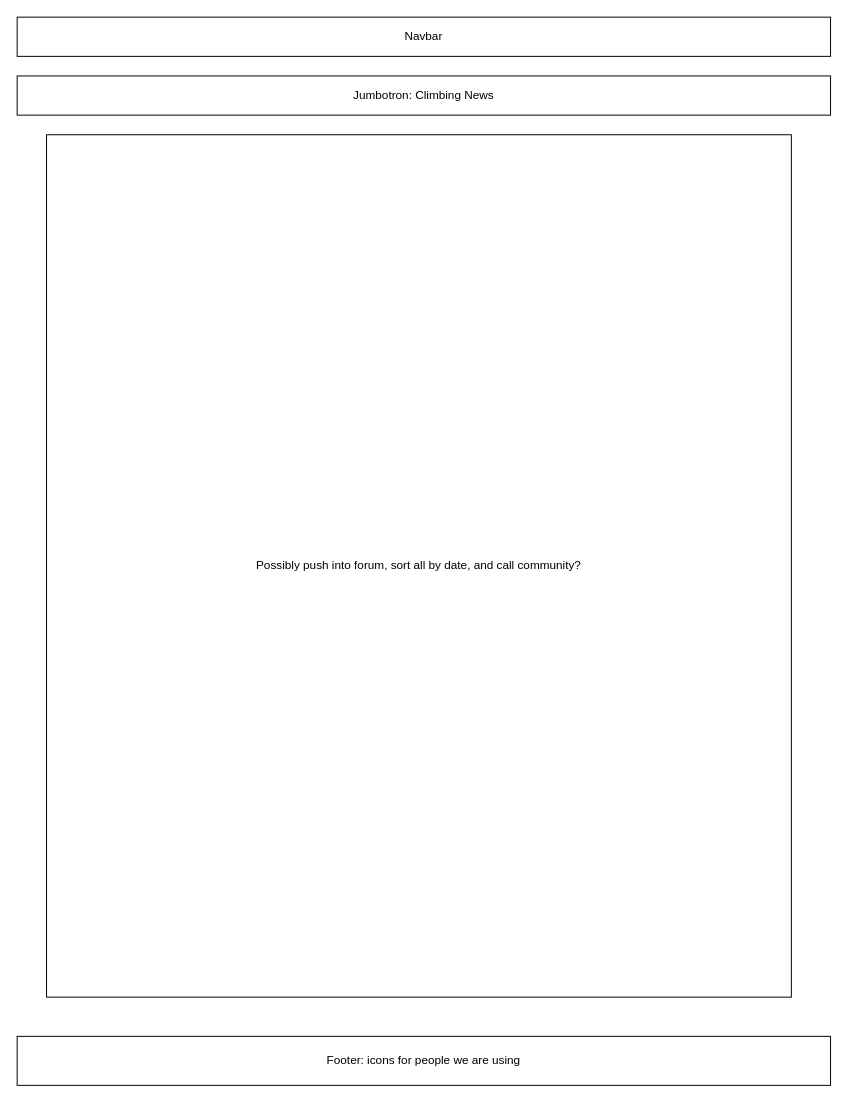
Before: page "ClimbingNews" (5 of 11) of Untitled Diagram.drawio in the-master-chefs/rockclimbingapp, a draw.io diagram. Source tidied: cells renumbered, new cells numbered last; positions are measured from the earlier drawing's top-left corner, leaving out a move shared by most shapes. Both pictures are drawn from the tidied source at 98%, with x=0, y=0 at pixel (17, 17).
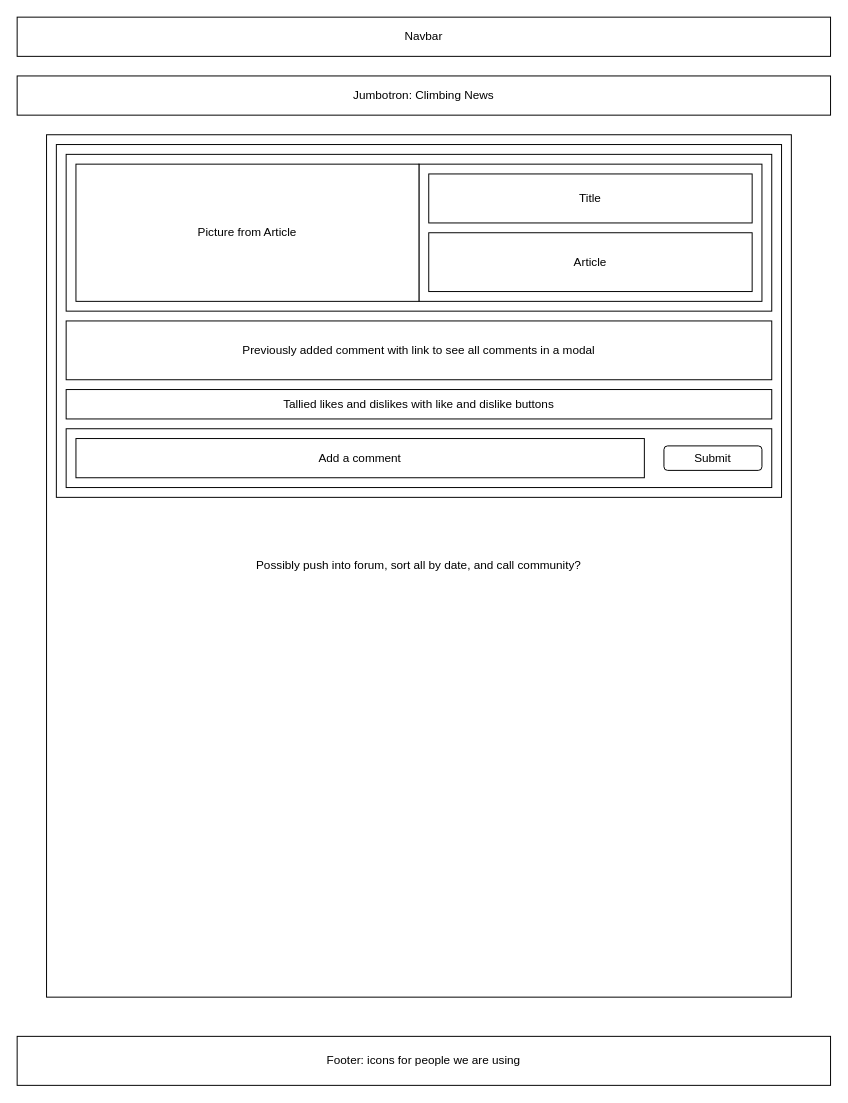
The same diagram, later.

Change to the diagram source:
```diff
@@
 <mxGraphModel>
   <root>
     <mxCell id="0" />
     <mxCell id="1" parent="0" />
     <mxCell id="2" value="&lt;span style=&quot;white-space: normal&quot;&gt;Navbar&lt;/span&gt;" style="rounded=0;whiteSpace=wrap;html=1;" parent="1" vertex="1">
       <mxGeometry width="830" height="40" as="geometry" />
     </mxCell>
     <mxCell id="3" value="&lt;span style=&quot;white-space: normal&quot;&gt;Jumbotron: Climbing News&lt;/span&gt;" style="rounded=0;whiteSpace=wrap;html=1;" parent="1" vertex="1">
       <mxGeometry y="60" width="830" height="40" as="geometry" />
     </mxCell>
     <mxCell id="4" value="Footer: icons for people we are using" style="rounded=0;whiteSpace=wrap;html=1;" parent="1" vertex="1">
       <mxGeometry y="1040" width="830" height="50" as="geometry" />
     </mxCell>
     <mxCell id="5" value="Possibly push into forum, sort all by date, and call community?" style="rounded=0;whiteSpace=wrap;html=1;" parent="1" vertex="1">
       <mxGeometry x="30" y="120" width="760" height="880" as="geometry" />
     </mxCell>
+    <mxCell id="6" style="rounded=0;whiteSpace=wrap;html=1;" parent="1" vertex="1">
+      <mxGeometry x="40" y="130" width="740" height="360" as="geometry" />
+    </mxCell>
+    <mxCell id="7" style="rounded=0;whiteSpace=wrap;html=1;" parent="1" vertex="1">
+      <mxGeometry x="50" y="420" width="720" height="60" as="geometry" />
+    </mxCell>
+    <mxCell id="8" value="Add a comment" style="rounded=0;whiteSpace=wrap;html=1;" parent="1" vertex="1">
+      <mxGeometry x="60" y="430" width="580" height="40" as="geometry" />
+    </mxCell>
+    <mxCell id="9" value="Submit" style="rounded=1;whiteSpace=wrap;html=1;" parent="1" vertex="1">
+      <mxGeometry x="660" y="437.5" width="100" height="25" as="geometry" />
+    </mxCell>
+    <mxCell id="10" style="rounded=0;whiteSpace=wrap;html=1;" parent="1" vertex="1">
+      <mxGeometry x="50" y="140" width="720" height="160" as="geometry" />
+    </mxCell>
+    <mxCell id="11" style="rounded=0;whiteSpace=wrap;html=1;" parent="1" vertex="1">
+      <mxGeometry x="410" y="150" width="350" height="140" as="geometry" />
+    </mxCell>
+    <mxCell id="12" value="Picture from Article" style="rounded=0;whiteSpace=wrap;html=1;" parent="1" vertex="1">
+      <mxGeometry x="60" y="150" width="350" height="140" as="geometry" />
+    </mxCell>
+    <mxCell id="13" value="Previously added comment with link to see all comments in a modal" style="rounded=0;whiteSpace=wrap;html=1;" parent="1" vertex="1">
+      <mxGeometry x="50" y="310" width="720" height="60" as="geometry" />
+    </mxCell>
+    <mxCell id="14" value="Tallied likes and dislikes with like and dislike buttons" style="rounded=0;whiteSpace=wrap;html=1;" parent="1" vertex="1">
+      <mxGeometry x="50" y="380" width="720" height="30" as="geometry" />
+    </mxCell>
+    <mxCell id="15" value="Title" style="rounded=0;whiteSpace=wrap;html=1;" parent="1" vertex="1">
+      <mxGeometry x="420" y="160" width="330" height="50" as="geometry" />
+    </mxCell>
+    <mxCell id="16" value="Article" style="rounded=0;whiteSpace=wrap;html=1;" parent="1" vertex="1">
+      <mxGeometry x="420" y="220" width="330" height="60" as="geometry" />
+    </mxCell>
   </root>
 </mxGraphModel>
```
